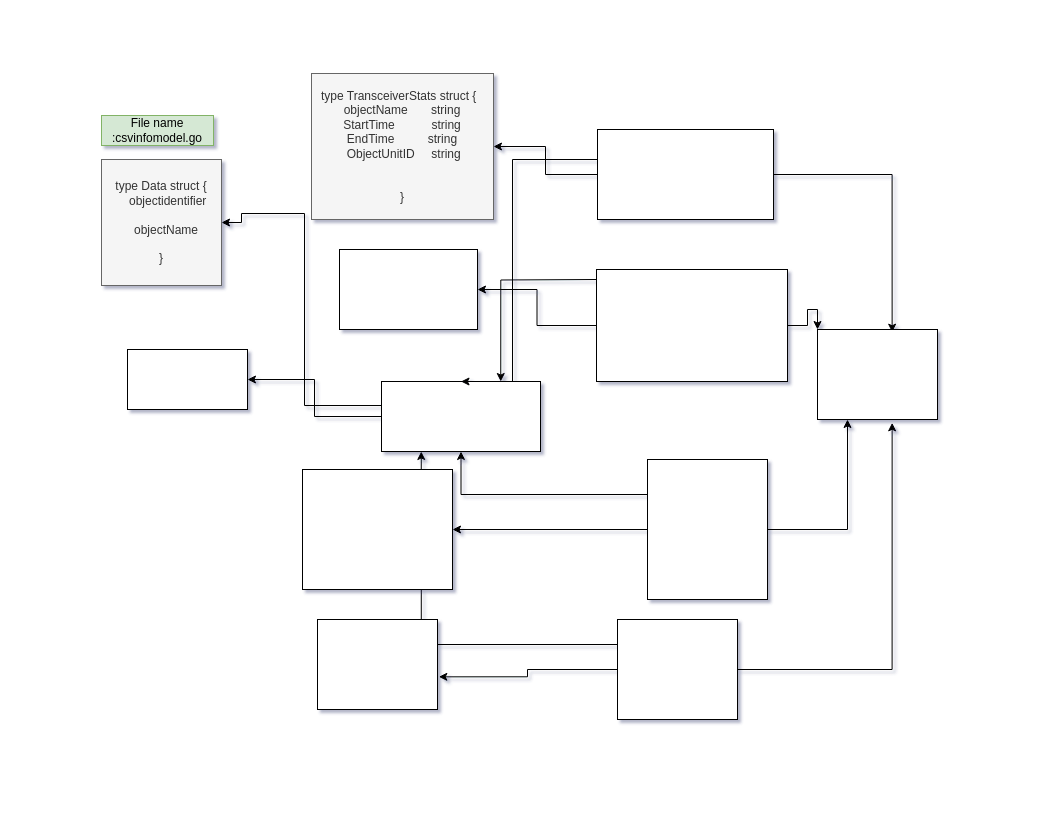
Before: Untitled Diagram.drawio in javademokit/Backup, a draw.io diagram. Source tidied: cells renumbered, new cells numbered last; positions are measured from the earlier drawing's top-left corner, leaving out a move shared by most shapes. Both pictures are drawn from the tidied source at 100%, with x=0, y=0 at pixel (101, 73).
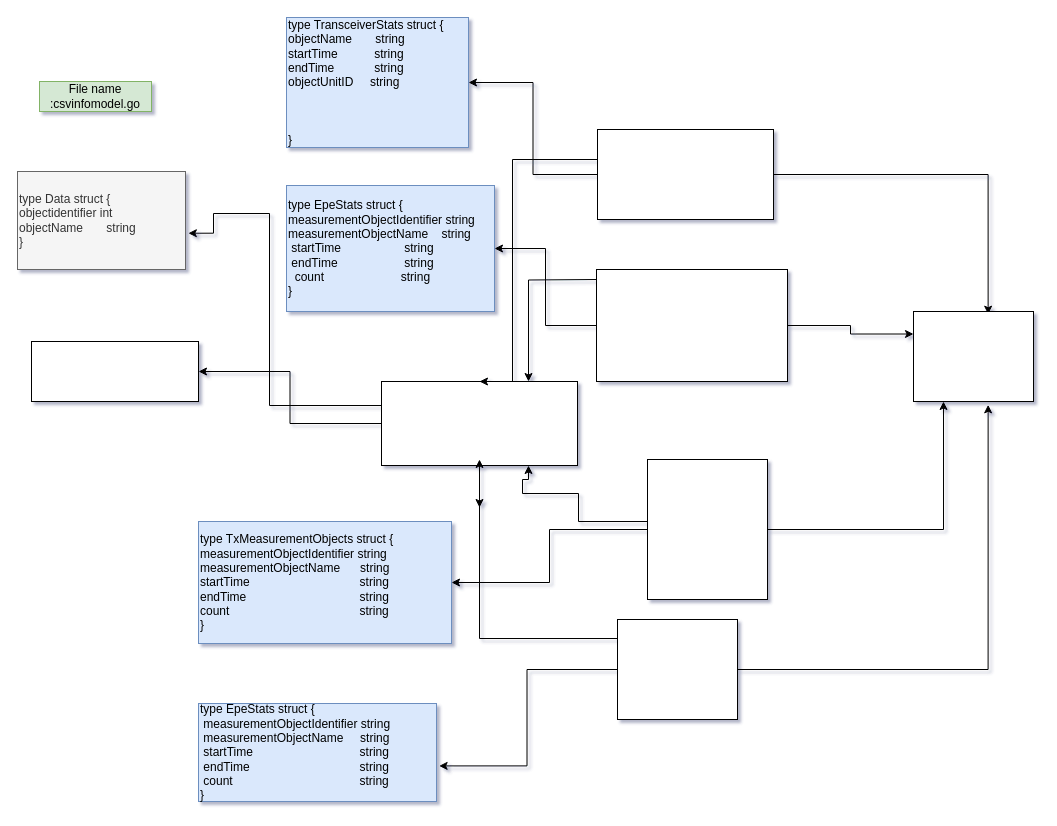
Above is the later version.

Unchanged cells that the change refers to:
```xml
<mxCell id="13" style="rounded=0;whiteSpace=wrap;html=1;" parent="1" vertex="1">
  <mxGeometry x="495" y="196" width="191" height="112" as="geometry" />
</mxCell>
<mxCell id="17" style="rounded=0;whiteSpace=wrap;html=1;" parent="1" vertex="1">
  <mxGeometry x="546" y="386" width="120" height="140" as="geometry" />
</mxCell>
<mxCell id="21" style="rounded=0;whiteSpace=wrap;html=1;" parent="1" vertex="1">
  <mxGeometry x="516" y="546" width="120" height="100" as="geometry" />
</mxCell>
```

What changed in the source:
```diff
@@
     <mxCell id="2" style="rounded=0;whiteSpace=wrap;html=1;" parent="1" vertex="1">
-      <mxGeometry x="26" y="276" width="120" height="60" as="geometry" />
+      <mxGeometry x="-70" y="268" width="167" height="60" as="geometry" />
     </mxCell>
@@
-    <mxCell id="4" style="edgeStyle=orthogonalEdgeStyle;rounded=0;jettySize=auto;html=1;entryX=1;entryY=0.5;entryDx=0;entryDy=0;" parent="1" edge="1" target="26">
+    <mxCell id="4" style="edgeStyle=orthogonalEdgeStyle;rounded=0;jettySize=auto;html=1;entryX=1.017;entryY=0.63;entryDx=0;entryDy=0;entryPerimeter=0;" parent="1" edge="1" target="26">
       <mxGeometry relative="1" as="geometry">
         <mxPoint x="286.7" y="332" as="sourcePoint" />
         <Array as="points">
-          <mxPoint x="203" y="332" />
-          <mxPoint x="203" y="140" />
-          <mxPoint x="140" y="140" />
-          <mxPoint x="140" y="149" />
+          <mxPoint x="168" y="332" />
+          <mxPoint x="168" y="140" />
+          <mxPoint x="112" y="140" />
+          <mxPoint x="112" y="160" />
         </Array>
       </mxGeometry>
     </mxCell>
+    <mxCell id="29" style="edgeStyle=orthogonalEdgeStyle;rounded=0;jettySize=auto;html=1;" parent="1" edge="1" source="5">
+      <mxGeometry relative="1" as="geometry">
+        <mxPoint x="378" y="434" as="targetPoint" />
+      </mxGeometry>
+    </mxCell>
     <mxCell id="5" style="rounded=0;whiteSpace=wrap;html=1;" parent="1" vertex="1">
-      <mxGeometry x="280" y="308" width="159" height="70" as="geometry" />
+      <mxGeometry x="280" y="308" width="196" height="84" as="geometry" />
     </mxCell>
@@
-    <mxCell id="12" style="edgeStyle=orthogonalEdgeStyle;rounded=0;jettySize=auto;html=1;entryX=0;entryY=0;entryDx=0;entryDy=0;" parent="1" edge="1" source="13" target="22">
+    <mxCell id="12" style="edgeStyle=orthogonalEdgeStyle;rounded=0;jettySize=auto;html=1;entryX=0;entryY=0.25;entryDx=0;entryDy=0;" parent="1" edge="1" source="13" target="22">
       <mxGeometry relative="1" as="geometry" />
     </mxCell>
@@
+    <mxCell id="16" style="edgeStyle=orthogonalEdgeStyle;rounded=0;jettySize=auto;html=1;entryX=0.25;entryY=1;entryDx=0;entryDy=0;" parent="1" edge="1" source="17" target="22">
+      <mxGeometry relative="1" as="geometry" />
+    </mxCell>
-    <mxCell id="15" style="edgeStyle=orthogonalEdgeStyle;rounded=0;jettySize=auto;html=1;exitX=0;exitY=0.25;exitDx=0;exitDy=0;entryX=0.5;entryY=1;entryDx=0;entryDy=0;" parent="1" edge="1" source="17" target="5">
-      <mxGeometry relative="1" as="geometry" />
+    <mxCell id="15" style="edgeStyle=orthogonalEdgeStyle;rounded=0;jettySize=auto;html=1;entryX=0.75;entryY=1;entryDx=0;entryDy=0;" parent="1" edge="1" source="17" target="5">
+      <mxGeometry relative="1" as="geometry">
+        <Array as="points">
+          <mxPoint x="477" y="448" />
+          <mxPoint x="477" y="420" />
+          <mxPoint x="421" y="420" />
+          <mxPoint x="421" y="406" />
+          <mxPoint x="427" y="406" />
+        </Array>
+      </mxGeometry>
     </mxCell>
-    <mxCell id="16" style="edgeStyle=orthogonalEdgeStyle;rounded=0;jettySize=auto;html=1;entryX=0.25;entryY=1;entryDx=0;entryDy=0;" parent="1" edge="1" source="17" target="22">
-      <mxGeometry relative="1" as="geometry" />
-    </mxCell>
@@
-    <mxCell id="19" style="edgeStyle=orthogonalEdgeStyle;rounded=0;jettySize=auto;html=1;exitX=0;exitY=0.25;exitDx=0;exitDy=0;entryX=0.25;entryY=1;entryDx=0;entryDy=0;" parent="1" edge="1" source="21" target="5">
-      <mxGeometry relative="1" as="geometry" />
+    <mxCell id="19" style="edgeStyle=orthogonalEdgeStyle;rounded=0;orthogonalLoop=1;jettySize=auto;html=1;exitX=0;exitY=0.25;exitDx=0;exitDy=0;" parent="1" edge="1">
+      <mxGeometry relative="1" as="geometry">
+        <mxPoint x="516" y="565" as="sourcePoint" />
+        <mxPoint x="378" y="386" as="targetPoint" />
+        <Array as="points">
+          <mxPoint x="378" y="565" />
+        </Array>
+      </mxGeometry>
     </mxCell>
@@
     <mxCell id="22" style="rounded=0;whiteSpace=wrap;html=1;" parent="1" vertex="1">
-      <mxGeometry x="716" y="256" width="120" height="90" as="geometry" />
+      <mxGeometry x="812" y="238" width="120" height="90" as="geometry" />
     </mxCell>
-    <mxCell id="23" style="rounded=0;whiteSpace=wrap;html=1;" parent="1" vertex="1">
-      <mxGeometry x="238" y="176" width="138" height="80" as="geometry" />
+    <mxCell id="23" value="&lt;div&gt;type EpeStats struct {&lt;/div&gt;&lt;div&gt;measurementObjectIdentifier string&lt;/div&gt;&lt;div&gt;&lt;span style=&quot;background-color: initial;&quot;&gt;measurementObjectName&amp;nbsp; &amp;nbsp; string&amp;nbsp; &lt;/span&gt;&lt;span style=&quot;background-color: initial;&quot;&gt;&lt;span style=&quot;white-space: pre;&quot;&gt;&amp;nbsp;&lt;/span&gt;&lt;/span&gt;&lt;span style=&quot;background-color: initial;&quot;&gt;startTime&amp;nbsp; &amp;nbsp; &amp;nbsp; &amp;nbsp; &amp;nbsp; &amp;nbsp; &amp;nbsp; &amp;nbsp; &amp;nbsp; &amp;nbsp;string&lt;/span&gt;&lt;/div&gt;&lt;div style=&quot;&quot;&gt;&lt;span style=&quot;&quot;&gt;&lt;span style=&quot;&quot;&gt;&lt;span style=&quot;white-space: pre;&quot;&gt;&amp;nbsp;&lt;/span&gt;&lt;/span&gt;endTime&amp;nbsp; &amp;nbsp; &amp;nbsp; &amp;nbsp; &amp;nbsp; &amp;nbsp; &amp;nbsp; &amp;nbsp; &amp;nbsp; &amp;nbsp; string&lt;/span&gt;&lt;/div&gt;&lt;div style=&quot;&quot;&gt;&lt;span style=&quot;&quot;&gt;&lt;span style=&quot;&quot;&gt;&lt;span style=&quot;white-space: pre;&quot;&gt;&amp;nbsp;&amp;nbsp;&lt;/span&gt;&lt;/span&gt;count&amp;nbsp; &amp;nbsp; &amp;nbsp; &amp;nbsp; &amp;nbsp; &amp;nbsp; &amp;nbsp; &amp;nbsp; &amp;nbsp; &amp;nbsp; &amp;nbsp; &amp;nbsp;string&lt;/span&gt;&lt;/div&gt;&lt;div&gt;}&lt;/div&gt;" style="rounded=0;whiteSpace=wrap;html=1;fillColor=#dae8fc;strokeColor=#6c8ebf;align=left;" parent="1" vertex="1">
+      <mxGeometry x="185" y="112" width="208" height="126" as="geometry" />
     </mxCell>
-    <mxCell id="24" style="rounded=0;whiteSpace=wrap;html=1;" parent="1" vertex="1">
-      <mxGeometry x="201" y="396" width="150" height="120" as="geometry" />
+    <mxCell id="24" value="&lt;div&gt;type TxMeasurementObjects struct {&lt;/div&gt;&lt;div&gt;measurementObjectIdentifier string&lt;span style=&quot;&quot;&gt;&lt;/span&gt;&lt;/div&gt;&lt;div&gt;&lt;span style=&quot;&quot;&gt;measurementObjectName&amp;nbsp; &amp;nbsp; &amp;nbsp; string&lt;/span&gt;&lt;/div&gt;&lt;div&gt;&lt;span style=&quot;&quot;&gt;startTime&amp;nbsp; &amp;nbsp; &amp;nbsp; &amp;nbsp; &amp;nbsp; &amp;nbsp; &amp;nbsp; &amp;nbsp; &amp;nbsp; &amp;nbsp; &amp;nbsp; &amp;nbsp; &amp;nbsp; &amp;nbsp; &amp;nbsp; &amp;nbsp; &amp;nbsp;string&lt;/span&gt;&lt;/div&gt;&lt;div&gt;&lt;span style=&quot;&quot;&gt;endTime&amp;nbsp; &amp;nbsp; &amp;nbsp; &amp;nbsp; &amp;nbsp; &amp;nbsp; &amp;nbsp; &amp;nbsp; &amp;nbsp; &amp;nbsp; &amp;nbsp; &amp;nbsp; &amp;nbsp; &amp;nbsp; &amp;nbsp; &amp;nbsp; &amp;nbsp; string&lt;/span&gt;&lt;/div&gt;&lt;div&gt;&lt;span style=&quot;&quot;&gt;count&amp;nbsp; &amp;nbsp; &amp;nbsp; &amp;nbsp; &amp;nbsp; &amp;nbsp; &amp;nbsp; &amp;nbsp; &amp;nbsp; &amp;nbsp; &amp;nbsp; &amp;nbsp; &amp;nbsp; &amp;nbsp; &amp;nbsp; &amp;nbsp; &amp;nbsp; &amp;nbsp; &amp;nbsp; &amp;nbsp;string&lt;/span&gt;&lt;/div&gt;&lt;div&gt;}&lt;/div&gt;" style="rounded=0;whiteSpace=wrap;html=1;fillColor=#dae8fc;strokeColor=#6c8ebf;align=left;" parent="1" vertex="1">
+      <mxGeometry x="97" y="448" width="253" height="122" as="geometry" />
     </mxCell>
-    <mxCell id="25" style="rounded=0;whiteSpace=wrap;html=1;" parent="1" vertex="1">
-      <mxGeometry x="216" y="546" width="120" height="90" as="geometry" />
+    <mxCell id="25" value="&lt;div&gt;type EpeStats struct {&lt;/div&gt;&lt;div&gt;&amp;nbsp;measurementObjectIdentifier string&lt;span style=&quot;&quot;&gt;&lt;/span&gt;&lt;/div&gt;&lt;div&gt;&lt;span style=&quot;&quot;&gt;&lt;span style=&quot;&quot;&gt;&lt;span style=&quot;white-space: pre;&quot;&gt;&amp;nbsp;&lt;/span&gt;&lt;/span&gt;measurementObjectName&amp;nbsp; &amp;nbsp; &amp;nbsp;string&lt;/span&gt;&lt;/div&gt;&lt;div&gt;&lt;span style=&quot;&quot;&gt;&lt;span style=&quot;&quot;&gt;&lt;span style=&quot;white-space: pre;&quot;&gt;&amp;nbsp;&lt;/span&gt;&lt;/span&gt;startTime&amp;nbsp; &amp;nbsp; &amp;nbsp; &amp;nbsp; &amp;nbsp; &amp;nbsp; &amp;nbsp; &amp;nbsp; &amp;nbsp; &amp;nbsp; &amp;nbsp; &amp;nbsp; &amp;nbsp; &amp;nbsp; &amp;nbsp; &amp;nbsp; string&lt;/span&gt;&lt;/div&gt;&lt;div&gt;&lt;span style=&quot;&quot;&gt;&lt;span style=&quot;&quot;&gt;&lt;span style=&quot;white-space: pre;&quot;&gt;&amp;nbsp;&lt;/span&gt;&lt;/span&gt;endTime&amp;nbsp; &amp;nbsp; &amp;nbsp; &amp;nbsp; &amp;nbsp; &amp;nbsp; &amp;nbsp; &amp;nbsp; &amp;nbsp; &amp;nbsp; &amp;nbsp; &amp;nbsp; &amp;nbsp; &amp;nbsp; &amp;nbsp; &amp;nbsp; &amp;nbsp;string&lt;/span&gt;&lt;/div&gt;&lt;div&gt;&lt;span style=&quot;&quot;&gt;&lt;span style=&quot;&quot;&gt;&lt;span style=&quot;white-space: pre;&quot;&gt;&amp;nbsp;&lt;/span&gt;&lt;/span&gt;count&amp;nbsp; &amp;nbsp; &amp;nbsp; &amp;nbsp; &amp;nbsp; &amp;nbsp; &amp;nbsp; &amp;nbsp; &amp;nbsp; &amp;nbsp; &amp;nbsp; &amp;nbsp; &amp;nbsp; &amp;nbsp; &amp;nbsp; &amp;nbsp; &amp;nbsp; &amp;nbsp; &amp;nbsp; string&lt;/span&gt;&lt;/div&gt;&lt;div&gt;}&lt;/div&gt;" style="rounded=0;whiteSpace=wrap;html=1;fillColor=#dae8fc;strokeColor=#6c8ebf;align=left;" parent="1" vertex="1">
+      <mxGeometry x="97" y="630" width="238" height="98" as="geometry" />
     </mxCell>
-    <mxCell id="26" value="&lt;div&gt;type Data struct {&lt;/div&gt;&lt;div&gt;&amp;nbsp; &amp;nbsp; objectidentifier&lt;span style=&quot;&quot;&gt;&lt;/span&gt;&lt;/div&gt;&lt;div&gt;&lt;br&gt;&lt;/div&gt;&lt;div&gt;&lt;span style=&quot;&quot;&gt;&lt;span style=&quot;&quot;&gt;&lt;span style=&quot;white-space: pre;&quot;&gt;&amp;nbsp;&amp;nbsp;&amp;nbsp;&amp;nbsp;&lt;/span&gt;&lt;/span&gt;objectName&amp;nbsp;&lt;/span&gt;&lt;/div&gt;&lt;div&gt;&lt;span style=&quot;&quot;&gt;&amp;nbsp;&lt;/span&gt;&lt;/div&gt;&lt;div&gt;}&lt;/div&gt;" style="rounded=0;whiteSpace=wrap;html=1;fillColor=#f5f5f5;strokeColor=#666666;fontColor=#333333;" parent="1" vertex="1">
-      <mxGeometry y="86" width="120" height="126" as="geometry" />
+    <mxCell id="26" value="type Data struct {&#10;objectidentifier int&#10;objectName       string&#10;}" style="rounded=0;whiteSpace=wrap;html=1;fillColor=#f5f5f5;strokeColor=#666666;fontColor=#333333;align=left;" parent="1" vertex="1">
+      <mxGeometry x="-84" y="98" width="168" height="98" as="geometry" />
     </mxCell>
     <mxCell id="27" value="File name :csvinfomodel.go" style="text;html=1;strokeColor=#82b366;fillColor=#d5e8d4;align=center;verticalAlign=middle;whiteSpace=wrap;rounded=0;" parent="1" vertex="1">
-      <mxGeometry y="42" width="112" height="30" as="geometry" />
+      <mxGeometry x="-62" y="8" width="112" height="30" as="geometry" />
     </mxCell>
-    <mxCell id="28" value="type TransceiverStats struct {&amp;nbsp;&amp;nbsp;&lt;br&gt;&lt;div&gt;objectName&amp;nbsp; &amp;nbsp; &amp;nbsp; &amp;nbsp;string&lt;/div&gt;&lt;div&gt;StartTime&amp;nbsp; &amp;nbsp; &amp;nbsp; &amp;nbsp; &amp;nbsp; &amp;nbsp;string&lt;span style=&quot;&quot;&gt;&lt;/span&gt;&lt;/div&gt;&lt;div&gt;&lt;span style=&quot;&quot;&gt;EndTime&amp;nbsp; &amp;nbsp; &amp;nbsp; &amp;nbsp; &amp;nbsp; string&lt;/span&gt;&lt;/div&gt;&lt;div&gt;&lt;span style=&quot;&quot;&gt;&lt;span style=&quot;&quot;&gt;&lt;span style=&quot;white-space: pre;&quot;&gt;&amp;nbsp;&lt;/span&gt;&lt;/span&gt;ObjectUnitID&amp;nbsp; &amp;nbsp; &amp;nbsp;string&lt;/span&gt;&lt;/div&gt;&lt;br&gt;&lt;br&gt;}" style="rounded=0;whiteSpace=wrap;html=1;fillColor=#f5f5f5;strokeColor=#666666;fontColor=#333333;" parent="1" vertex="1">
-      <mxGeometry x="210" width="182" height="146" as="geometry" />
+    <mxCell id="28" value="type TransceiverStats struct {&amp;nbsp;&amp;nbsp;&lt;br&gt;&lt;div&gt;objectName&amp;nbsp; &amp;nbsp; &amp;nbsp; &amp;nbsp;string&lt;/div&gt;&lt;div&gt;startTime&amp;nbsp; &amp;nbsp; &amp;nbsp; &amp;nbsp; &amp;nbsp; &amp;nbsp;string&lt;span style=&quot;&quot;&gt;&lt;/span&gt;&lt;/div&gt;&lt;div&gt;&lt;span style=&quot;&quot;&gt;endTime&amp;nbsp; &amp;nbsp; &amp;nbsp; &amp;nbsp; &amp;nbsp; &amp;nbsp; string&lt;/span&gt;&lt;/div&gt;&lt;div&gt;&lt;span style=&quot;&quot;&gt;objectUnitID&amp;nbsp; &amp;nbsp; &amp;nbsp;string&lt;/span&gt;&lt;/div&gt;&lt;div&gt;&lt;span style=&quot;&quot;&gt;&lt;br&gt;&lt;/span&gt;&lt;/div&gt;&lt;div&gt;&lt;/div&gt;&lt;br&gt;&lt;br&gt;}" style="rounded=0;whiteSpace=wrap;html=1;fillColor=#dae8fc;strokeColor=#6c8ebf;align=left;" parent="1" vertex="1">
+      <mxGeometry x="185" y="-56" width="182" height="130" as="geometry" />
     </mxCell>
```
